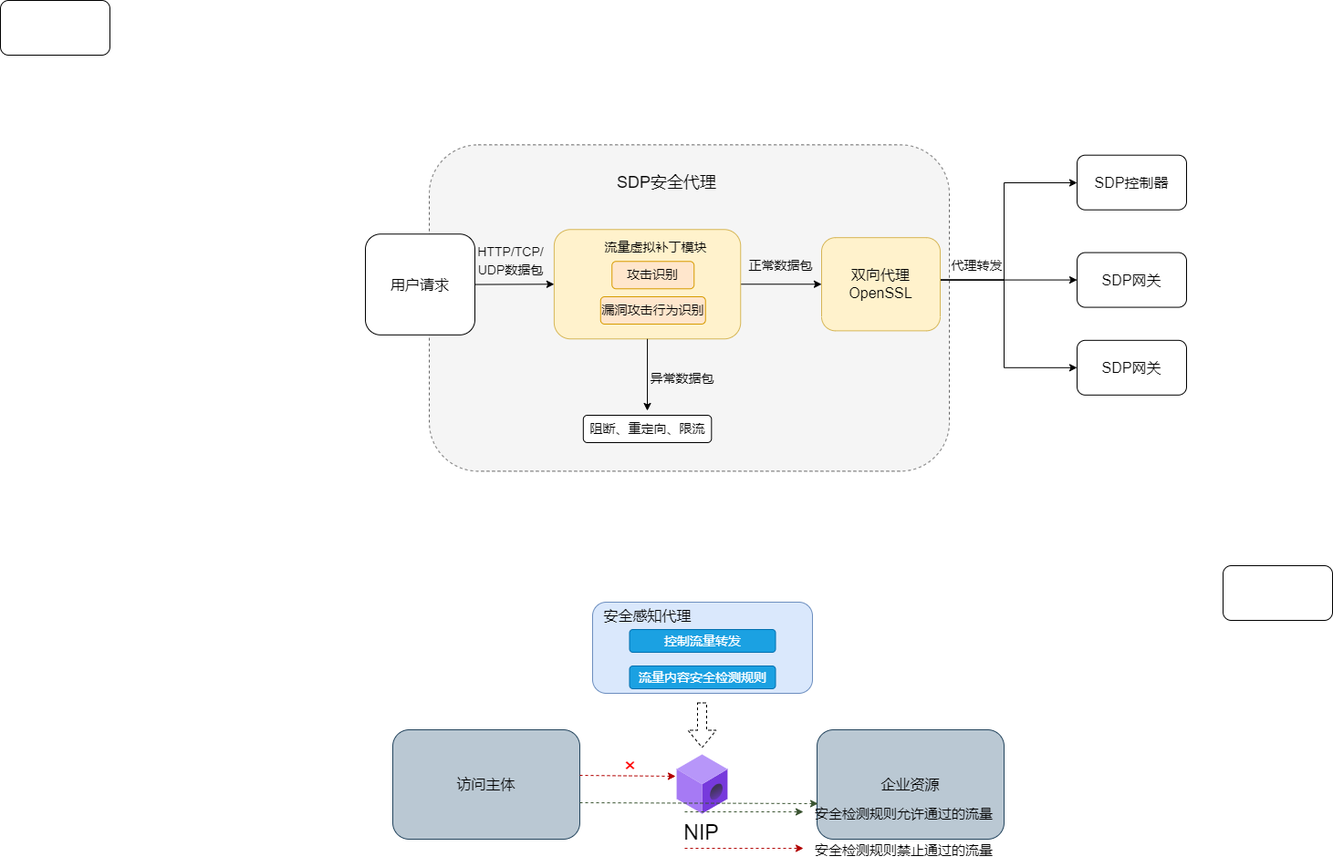
Moose1273/- keeps this draw.io diagram as testDirectory/虚拟补丁.drawio.png. Above is the earlier version. Source tidied: cells renumbered, new cells last; positions are measured from the earlier drawing's top-left corner, leaving out a move shared by most shapes.
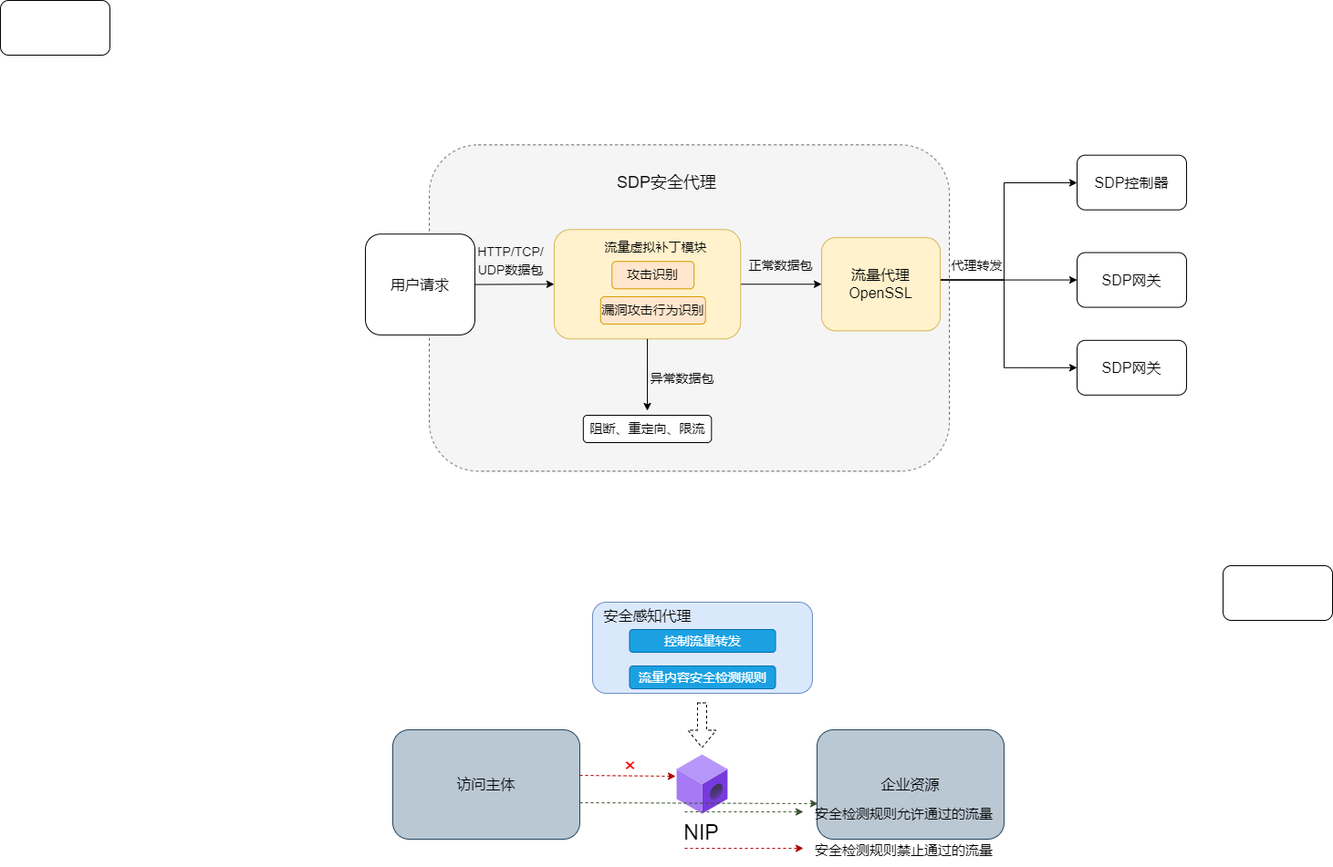
After the commit.

Commit message:
更新虚拟补丁.drawio.png

What changed in the source:
```diff
@@ -28,7 +28,7 @@
         </Array>
       </mxGeometry>
     </mxCell>
-    <mxCell id="6" value="&lt;font style=&quot;font-size: 16px;&quot;&gt;双向代理&lt;br&gt;OpenSSL&lt;br&gt;&lt;/font&gt;" style="rounded=1;whiteSpace=wrap;html=1;rotation=0;direction=north;fillColor=#fff2cc;strokeColor=#d6b656;" parent="1" vertex="1">
+    <mxCell id="6" value="&lt;font style=&quot;font-size: 16px;&quot;&gt;流量代理&lt;br&gt;OpenSSL&lt;br&gt;&lt;/font&gt;" style="rounded=1;whiteSpace=wrap;html=1;rotation=0;direction=north;fillColor=#fff2cc;strokeColor=#d6b656;" parent="1" vertex="1">
       <mxGeometry x="900" y="260.2" width="130" height="102.2" as="geometry" />
     </mxCell>
     <mxCell id="7" style="edgeStyle=orthogonalEdgeStyle;rounded=0;jettySize=auto;html=1;exitX=0.5;exitY=0;exitDx=0;exitDy=0;entryX=0.5;entryY=0;entryDx=0;entryDy=0;" parent="1" edge="1" source="8" target="6">
```
